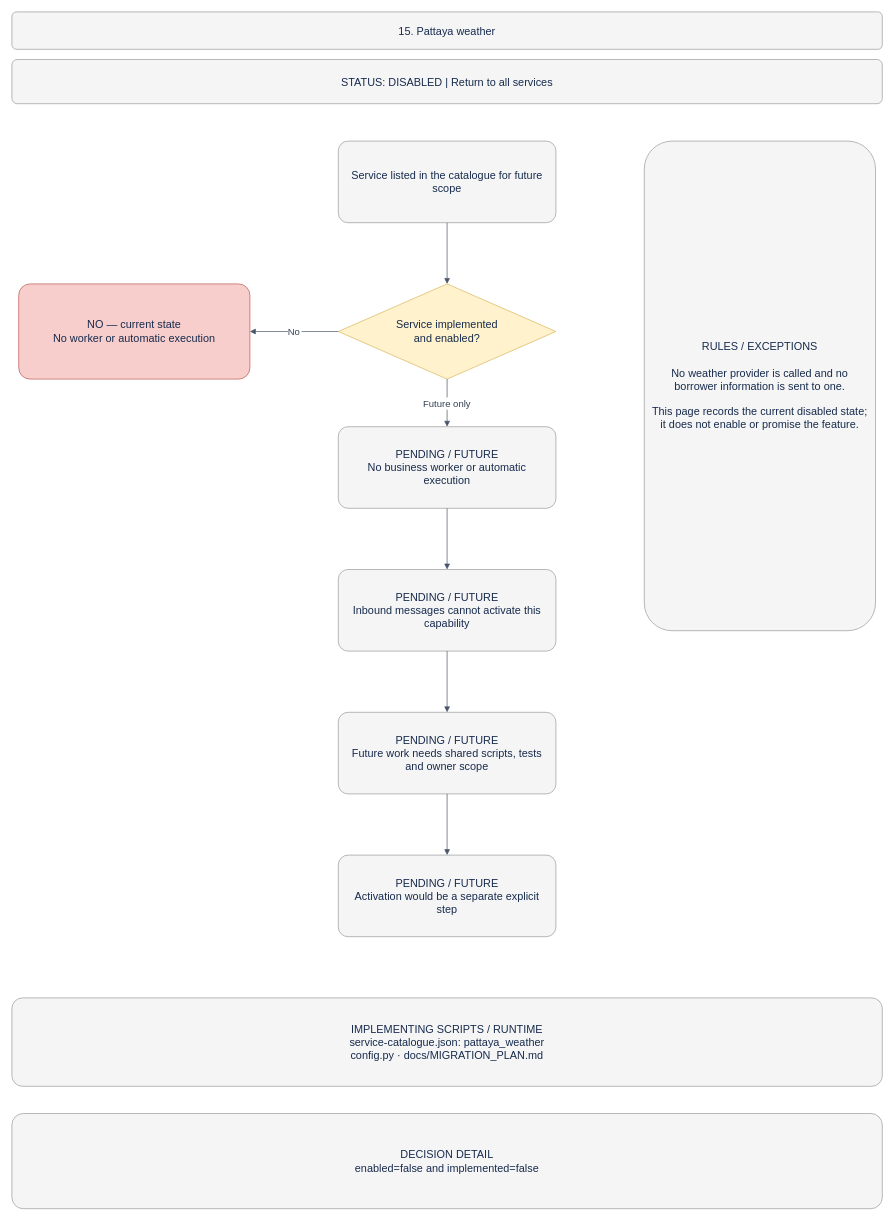
welct0407/MW-Credit-App keeps this draw.io diagram as page "15 · Pattaya weather" (15 of 18) of integration-agent/docs/BUSINESS_PROCESS.drawio. Above is the earlier version. Source tidied: cells renumbered, new cells numbered last; positions are measured from the earlier drawing's top-left corner, leaving out a move shared by most shapes. Both pictures are drawn from the tidied source at 68%, with x=0, y=0 at pixel (12, 12).
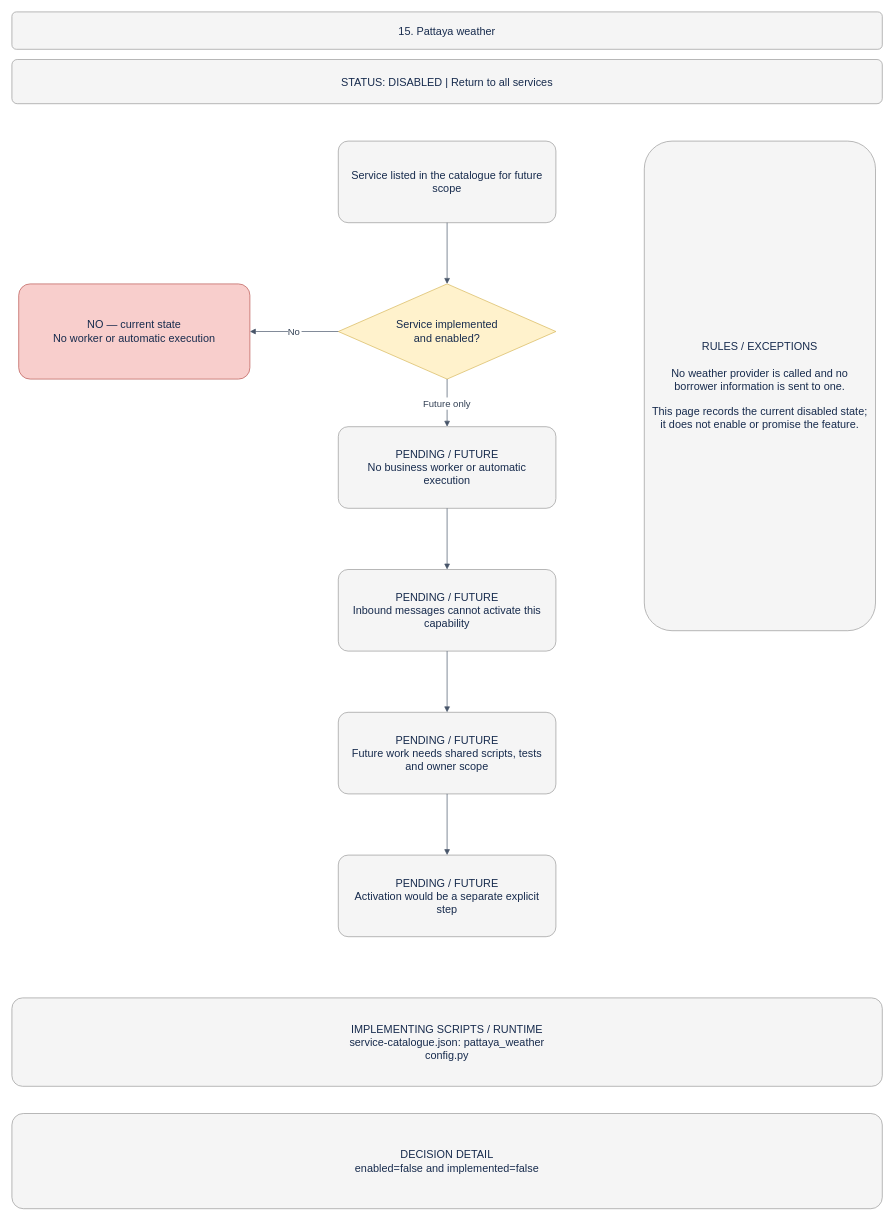
After the change.

Change to the diagram source:
```diff
@@
 <mxGraphModel>
   <root>
     <mxCell id="0" />
     <mxCell id="1" parent="0" />
     <mxCell id="2" value="15. Pattaya weather" style="rounded=1;arcSize=12;whiteSpace=wrap;html=0;fillColor=#f5f5f5;strokeColor=#999999;fontColor=#172b4d;fontSize=16;align=center;verticalAlign=middle;spacing=12;" parent="1" vertex="1">
       <mxGeometry width="1280" height="55" as="geometry" />
     </mxCell>
     <mxCell id="3" value="STATUS: DISABLED  |  Return to all services" style="rounded=1;arcSize=12;whiteSpace=wrap;html=0;fillColor=#f5f5f5;strokeColor=#999999;fontColor=#172b4d;fontSize=16;align=center;verticalAlign=middle;spacing=12;" parent="1" vertex="1">
       <mxGeometry y="70" width="1280" height="65" as="geometry" />
     </mxCell>
     <mxCell id="4" value="Service listed in the catalogue for future scope" style="rounded=1;arcSize=12;whiteSpace=wrap;html=0;fillColor=#f5f5f5;strokeColor=#999999;fontColor=#172b4d;fontSize=16;align=center;verticalAlign=middle;spacing=12;" parent="1" vertex="1">
       <mxGeometry x="480" y="190" width="320" height="120" as="geometry" />
     </mxCell>
     <mxCell id="5" value="Service implemented&#10;and enabled?" style="rhombus;whiteSpace=wrap;html=0;fillColor=#fff2cc;strokeColor=#d6b656;fontColor=#172b4d;fontSize=16;align=center;verticalAlign=middle;spacing=12;" parent="1" vertex="1">
       <mxGeometry x="480" y="400" width="320" height="140" as="geometry" />
     </mxCell>
     <mxCell id="6" style="edgeStyle=orthogonalEdgeStyle;rounded=0;jettySize=auto;html=0;endArrow=block;endFill=1;strokeColor=#475569;fontColor=#334155;fontSize=14;labelBackgroundColor=#ffffff;" parent="1" edge="1" source="4" target="5">
       <mxGeometry relative="1" as="geometry" />
     </mxCell>
     <mxCell id="7" value="PENDING / FUTURE&#10;No business worker or automatic execution" style="rounded=1;arcSize=12;whiteSpace=wrap;html=0;fillColor=#f5f5f5;strokeColor=#999999;fontColor=#172b4d;fontSize=16;align=center;verticalAlign=middle;spacing=12;" parent="1" vertex="1">
       <mxGeometry x="480" y="610" width="320" height="120" as="geometry" />
     </mxCell>
     <mxCell id="8" value="Future only" style="edgeStyle=orthogonalEdgeStyle;rounded=0;jettySize=auto;html=0;endArrow=block;endFill=1;strokeColor=#475569;fontColor=#334155;fontSize=14;labelBackgroundColor=#ffffff;" parent="1" edge="1" source="5" target="7">
       <mxGeometry relative="1" as="geometry" />
     </mxCell>
     <mxCell id="9" value="PENDING / FUTURE&#10;Inbound messages cannot activate this capability" style="rounded=1;arcSize=12;whiteSpace=wrap;html=0;fillColor=#f5f5f5;strokeColor=#999999;fontColor=#172b4d;fontSize=16;align=center;verticalAlign=middle;spacing=12;" parent="1" vertex="1">
       <mxGeometry x="480" y="820" width="320" height="120" as="geometry" />
     </mxCell>
     <mxCell id="10" style="edgeStyle=orthogonalEdgeStyle;rounded=0;jettySize=auto;html=0;endArrow=block;endFill=1;strokeColor=#475569;fontColor=#334155;fontSize=14;labelBackgroundColor=#ffffff;" parent="1" edge="1" source="7" target="9">
       <mxGeometry relative="1" as="geometry" />
     </mxCell>
     <mxCell id="11" value="PENDING / FUTURE&#10;Future work needs shared scripts, tests and owner scope" style="rounded=1;arcSize=12;whiteSpace=wrap;html=0;fillColor=#f5f5f5;strokeColor=#999999;fontColor=#172b4d;fontSize=16;align=center;verticalAlign=middle;spacing=12;" parent="1" vertex="1">
       <mxGeometry x="480" y="1030" width="320" height="120" as="geometry" />
     </mxCell>
     <mxCell id="12" style="edgeStyle=orthogonalEdgeStyle;rounded=0;jettySize=auto;html=0;endArrow=block;endFill=1;strokeColor=#475569;fontColor=#334155;fontSize=14;labelBackgroundColor=#ffffff;" parent="1" edge="1" source="9" target="11">
       <mxGeometry relative="1" as="geometry" />
     </mxCell>
     <mxCell id="13" value="PENDING / FUTURE&#10;Activation would be a separate explicit step" style="rounded=1;arcSize=12;whiteSpace=wrap;html=0;fillColor=#f5f5f5;strokeColor=#999999;fontColor=#172b4d;fontSize=16;align=center;verticalAlign=middle;spacing=12;" parent="1" vertex="1">
       <mxGeometry x="480" y="1240" width="320" height="120" as="geometry" />
     </mxCell>
     <mxCell id="14" style="edgeStyle=orthogonalEdgeStyle;rounded=0;jettySize=auto;html=0;endArrow=block;endFill=1;strokeColor=#475569;fontColor=#334155;fontSize=14;labelBackgroundColor=#ffffff;" parent="1" edge="1" source="11" target="13">
       <mxGeometry relative="1" as="geometry" />
     </mxCell>
     <mxCell id="15" value="NO — current state&#10;No worker or automatic execution" style="rounded=1;arcSize=12;whiteSpace=wrap;html=0;fillColor=#f8cecc;strokeColor=#b85450;fontColor=#172b4d;fontSize=16;align=center;verticalAlign=middle;spacing=12;" parent="1" vertex="1">
       <mxGeometry x="10" y="400" width="340" height="140" as="geometry" />
     </mxCell>
     <mxCell id="16" value="No" style="edgeStyle=orthogonalEdgeStyle;rounded=0;jettySize=auto;html=0;endArrow=block;endFill=1;strokeColor=#475569;fontColor=#334155;fontSize=14;labelBackgroundColor=#ffffff;" parent="1" edge="1" source="5" target="15">
       <mxGeometry relative="1" as="geometry" />
     </mxCell>
     <mxCell id="17" value="RULES / EXCEPTIONS&#10;&#10;No weather provider is called and no borrower information is sent to one.&#10;&#10;This page records the current disabled state; it does not enable or promise the feature." style="rounded=1;arcSize=12;whiteSpace=wrap;html=0;fillColor=#f5f5f5;strokeColor=#999999;fontColor=#172b4d;fontSize=16;align=center;verticalAlign=middle;spacing=12;" parent="1" vertex="1">
       <mxGeometry x="930" y="190" width="340" height="720" as="geometry" />
     </mxCell>
-    <mxCell id="18" value="IMPLEMENTING SCRIPTS / RUNTIME&#10;service-catalogue.json: pattaya_weather&#10;config.py · docs/MIGRATION_PLAN.md" style="rounded=1;arcSize=12;whiteSpace=wrap;html=0;fillColor=#f5f5f5;strokeColor=#999999;fontColor=#172b4d;fontSize=16;align=center;verticalAlign=middle;spacing=12;" parent="1" vertex="1">
+    <mxCell id="18" value="IMPLEMENTING SCRIPTS / RUNTIME&#10;service-catalogue.json: pattaya_weather&#10;config.py" style="rounded=1;arcSize=12;whiteSpace=wrap;html=0;fillColor=#f5f5f5;strokeColor=#999999;fontColor=#172b4d;fontSize=16;align=center;verticalAlign=middle;spacing=12;" parent="1" vertex="1">
       <mxGeometry y="1450" width="1280" height="130" as="geometry" />
     </mxCell>
     <mxCell id="19" value="DECISION DETAIL&#10;enabled=false and implemented=false" style="rounded=1;arcSize=12;whiteSpace=wrap;html=0;fillColor=#f5f5f5;strokeColor=#999999;fontColor=#172b4d;fontSize=16;align=center;verticalAlign=middle;spacing=12;" parent="1" vertex="1">
       <mxGeometry y="1620" width="1280" height="140" as="geometry" />
     </mxCell>
   </root>
 </mxGraphModel>
```
